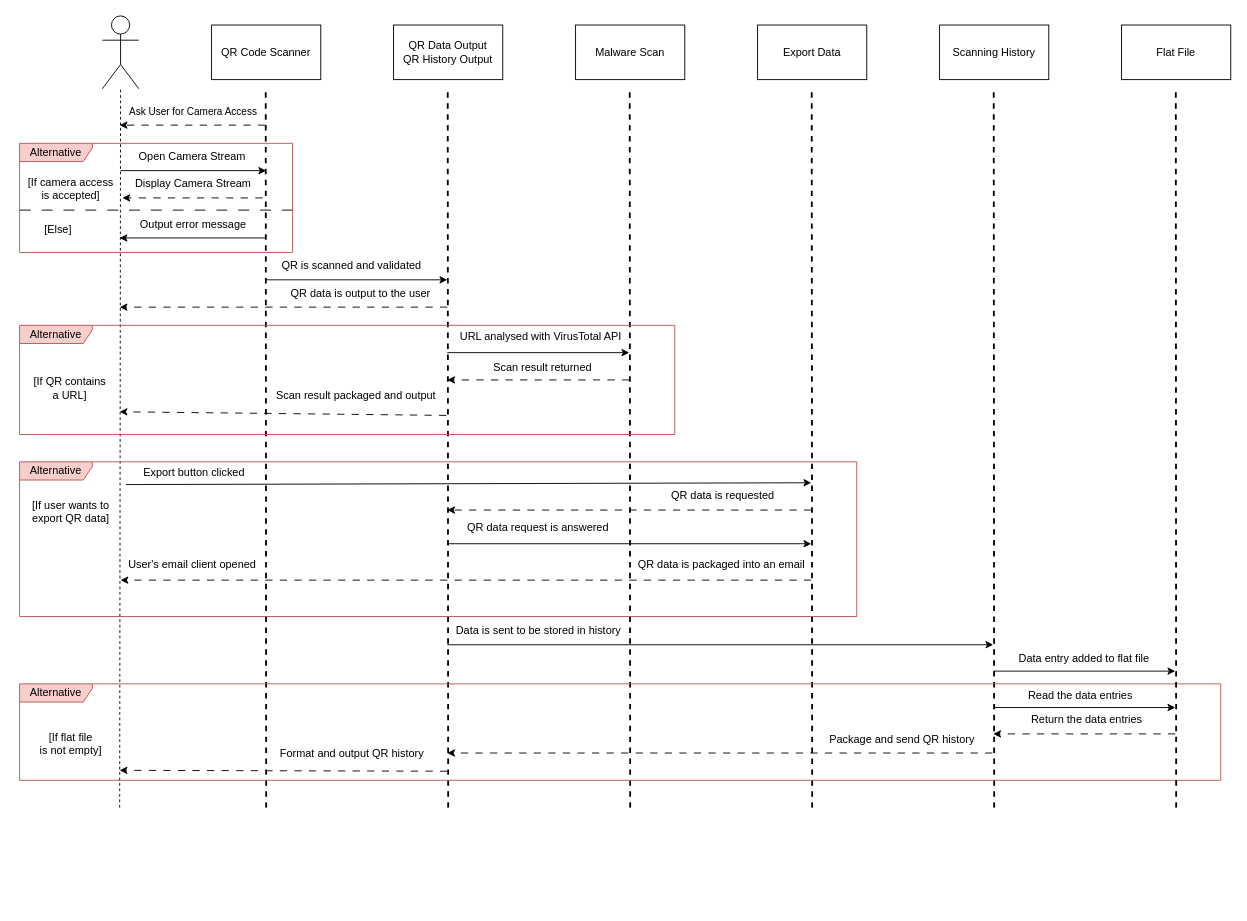
This is diagrams/uml-sequence.drawio from jensenhill/jensenhill.github.io, a draw.io file, before an edit. Source tidied: cells renumbered, new cells numbered last; positions are measured from the earlier drawing's top-left corner, leaving out a move shared by most shapes. Both pictures are drawn from the tidied source at 91%, with x=0, y=0 at pixel (15, 15).
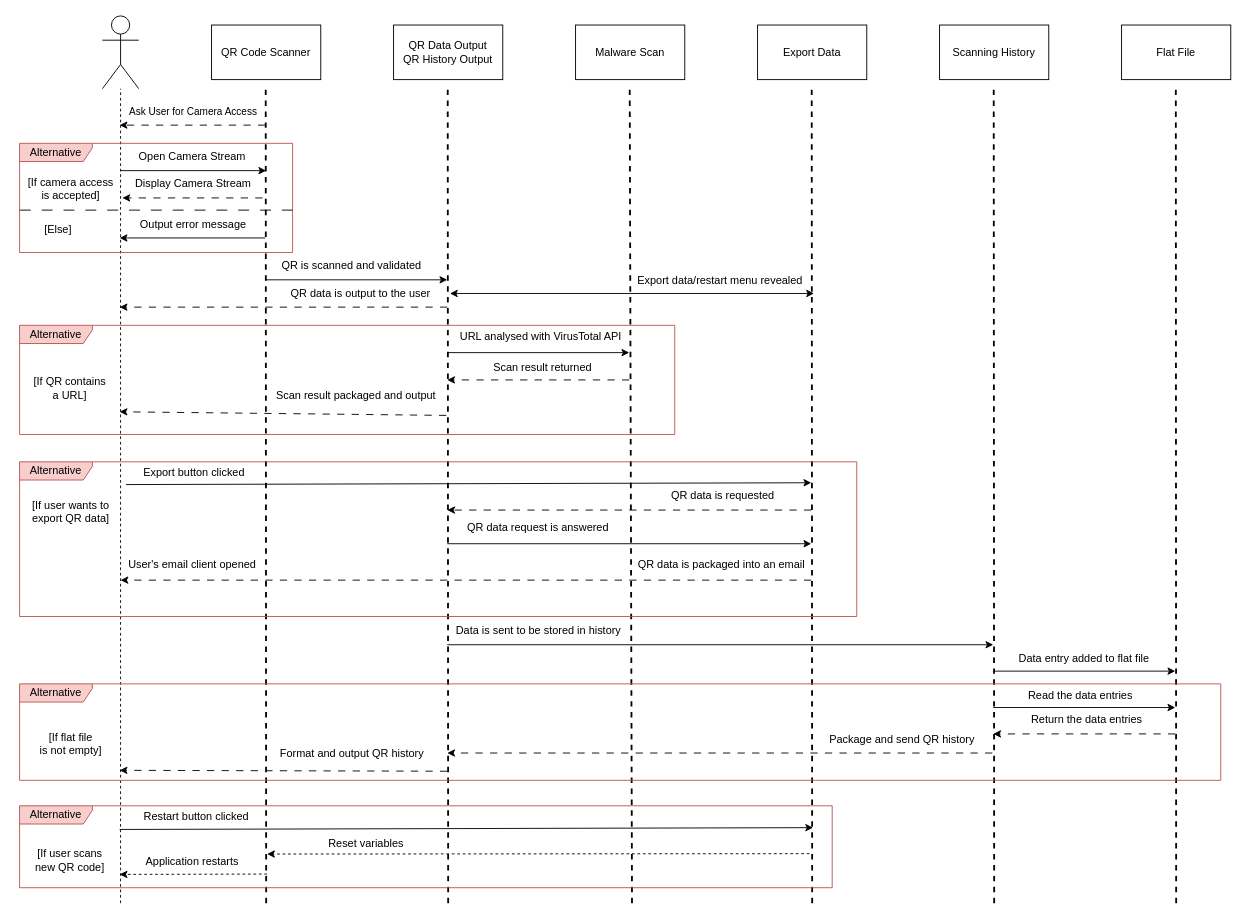
The same page after the edit.

Diff of the diagram source:
```diff
@@
-<mxGraphModel>
+<mxGraphModel background="#ffffff">
@@
+    <mxCell id="5" style="endArrow=none;dashed=1;html=1;rounded=0;strokeWidth=2;" parent="1" edge="1">
+      <mxGeometry relative="1" as="geometry">
+        <mxPoint x="275" y="975" as="sourcePoint" />
+        <mxPoint x="274.5" y="80" as="targetPoint" />
+      </mxGeometry>
+    </mxCell>
+    <mxCell id="10" style="endArrow=none;dashed=1;html=1;rounded=0;strokeWidth=2;" parent="1" edge="1">
+      <mxGeometry relative="1" as="geometry">
+        <mxPoint x="475" y="975" as="sourcePoint" />
+        <mxPoint x="474.5" y="80" as="targetPoint" />
+      </mxGeometry>
+    </mxCell>
+    <mxCell id="11" style="endArrow=none;dashed=1;html=1;rounded=0;strokeWidth=2;" parent="1" edge="1">
+      <mxGeometry relative="1" as="geometry">
+        <mxPoint x="677" y="975" as="sourcePoint" />
+        <mxPoint x="674.5" y="80" as="targetPoint" />
+      </mxGeometry>
+    </mxCell>
+    <mxCell id="12" style="endArrow=none;dashed=1;html=1;rounded=0;strokeWidth=2;" parent="1" edge="1">
+      <mxGeometry relative="1" as="geometry">
+        <mxPoint x="875" y="975" as="sourcePoint" />
+        <mxPoint x="874.5" y="80" as="targetPoint" />
+      </mxGeometry>
+    </mxCell>
+    <mxCell id="13" style="endArrow=none;dashed=1;html=1;rounded=0;strokeWidth=2;" parent="1" edge="1">
+      <mxGeometry relative="1" as="geometry">
+        <mxPoint x="1075" y="975" as="sourcePoint" />
+        <mxPoint x="1074.5" y="80" as="targetPoint" />
+      </mxGeometry>
+    </mxCell>
+    <mxCell id="56" style="endArrow=none;dashed=1;html=1;rounded=0;strokeWidth=2;" parent="1" edge="1">
+      <mxGeometry relative="1" as="geometry">
+        <mxPoint x="1275" y="975" as="sourcePoint" />
+        <mxPoint x="1274.6" y="80" as="targetPoint" />
+      </mxGeometry>
+    </mxCell>
@@
     <mxCell id="3" style="endArrow=none;dashed=1;html=1;rounded=0;" parent="1" edge="1">
       <mxGeometry relative="1" as="geometry">
-        <mxPoint x="114" y="870" as="sourcePoint" />
+        <mxPoint x="115" y="975" as="sourcePoint" />
         <mxPoint x="115" y="80" as="targetPoint" />
       </mxGeometry>
     </mxCell>
@@
-    <mxCell id="5" style="endArrow=none;dashed=1;html=1;rounded=0;strokeWidth=2;" parent="1" edge="1">
-      <mxGeometry relative="1" as="geometry">
-        <mxPoint x="275" y="870" as="sourcePoint" />
-        <mxPoint x="274.5" y="80" as="targetPoint" />
-      </mxGeometry>
-    </mxCell>
@@
-    <mxCell id="10" style="endArrow=none;dashed=1;html=1;rounded=0;strokeWidth=2;" parent="1" edge="1">
-      <mxGeometry relative="1" as="geometry">
-        <mxPoint x="475" y="870" as="sourcePoint" />
-        <mxPoint x="474.5" y="80" as="targetPoint" />
-      </mxGeometry>
-    </mxCell>
-    <mxCell id="11" style="endArrow=none;dashed=1;html=1;rounded=0;strokeWidth=2;" parent="1" edge="1">
-      <mxGeometry relative="1" as="geometry">
-        <mxPoint x="675" y="870" as="sourcePoint" />
-        <mxPoint x="674.5" y="80" as="targetPoint" />
-      </mxGeometry>
-    </mxCell>
-    <mxCell id="12" style="endArrow=none;dashed=1;html=1;rounded=0;strokeWidth=2;" parent="1" edge="1">
-      <mxGeometry relative="1" as="geometry">
-        <mxPoint x="875" y="870" as="sourcePoint" />
-        <mxPoint x="874.5" y="80" as="targetPoint" />
-      </mxGeometry>
-    </mxCell>
-    <mxCell id="13" style="endArrow=none;dashed=1;html=1;rounded=0;strokeWidth=2;" parent="1" edge="1">
-      <mxGeometry relative="1" as="geometry">
-        <mxPoint x="1075" y="870" as="sourcePoint" />
-        <mxPoint x="1074.5" y="80" as="targetPoint" />
-      </mxGeometry>
-    </mxCell>
@@
-    <mxCell id="56" style="endArrow=none;dashed=1;html=1;rounded=0;strokeWidth=2;" parent="1" edge="1">
-      <mxGeometry relative="1" as="geometry">
-        <mxPoint x="1275" y="870" as="sourcePoint" />
-        <mxPoint x="1274.6" y="80" as="targetPoint" />
-      </mxGeometry>
-    </mxCell>
@@
+    <mxCell id="66" value="Alternative" style="shape=umlFrame;whiteSpace=wrap;html=1;width=80;height=20;fillColor=#f8cecc;strokeColor=#b85450;" parent="1" vertex="1">
+      <mxGeometry x="4" y="868" width="893" height="90" as="geometry" />
+    </mxCell>
+    <mxCell id="67" value="[If user scans &lt;br&gt;new QR code]" style="text;html=1;align=center;verticalAlign=middle;strokeColor=none;fillColor=none;" parent="1" vertex="1">
+      <mxGeometry x="9" y="908" width="100" height="40" as="geometry" />
+    </mxCell>
+    <mxCell id="68" style="endArrow=classic;html=1;rounded=0;exitX=1.055;exitY=-0.075;exitDx=0;exitDy=0;exitPerimeter=0;" parent="1" edge="1">
+      <mxGeometry relative="1" as="geometry">
+        <mxPoint x="114" y="894" as="sourcePoint" />
+        <mxPoint x="876" y="892" as="targetPoint" />
+      </mxGeometry>
+    </mxCell>
+    <mxCell id="69" value="Restart button clicked" style="text;html=1;strokeColor=none;fillColor=none;align=center;verticalAlign=middle;whiteSpace=wrap;rounded=0;" parent="1" vertex="1">
+      <mxGeometry x="114" y="865" width="169" height="30" as="geometry" />
+    </mxCell>
+    <mxCell id="70" style="endArrow=classic;html=1;rounded=0;exitX=1.055;exitY=-0.075;exitDx=0;exitDy=0;exitPerimeter=0;dashed=1;" parent="1" edge="1">
+      <mxGeometry relative="1" as="geometry">
+        <mxPoint x="872" y="920.6" as="sourcePoint" />
+        <mxPoint x="276" y="921" as="targetPoint" />
+      </mxGeometry>
+    </mxCell>
+    <mxCell id="71" value="Application restarts" style="text;html=1;strokeColor=none;fillColor=none;align=center;verticalAlign=middle;whiteSpace=wrap;rounded=0;" parent="1" vertex="1">
+      <mxGeometry x="99.5" y="915" width="187.5" height="30" as="geometry" />
+    </mxCell>
+    <mxCell id="72" style="endArrow=classic;html=1;rounded=0;dashed=1;" parent="1" edge="1">
+      <mxGeometry relative="1" as="geometry">
+        <mxPoint x="276" y="943" as="sourcePoint" />
+        <mxPoint x="114" y="943.4" as="targetPoint" />
+      </mxGeometry>
+    </mxCell>
+    <mxCell id="73" value="Reset variables" style="text;html=1;strokeColor=none;fillColor=none;align=center;verticalAlign=middle;whiteSpace=wrap;rounded=0;" parent="1" vertex="1">
+      <mxGeometry x="290.5" y="895" width="187.5" height="30" as="geometry" />
+    </mxCell>
+    <mxCell id="74" style="endArrow=classic;html=1;rounded=0;startArrow=classic;startFill=1;" parent="1" edge="1">
+      <mxGeometry relative="1" as="geometry">
+        <mxPoint x="477" y="305" as="sourcePoint" />
+        <mxPoint x="877" y="305" as="targetPoint" />
+      </mxGeometry>
+    </mxCell>
+    <mxCell id="75" value="Export data/restart menu revealed" style="text;html=1;strokeColor=none;fillColor=none;align=center;verticalAlign=middle;whiteSpace=wrap;rounded=0;" parent="1" vertex="1">
+      <mxGeometry x="669" y="276" width="210" height="30" as="geometry" />
+    </mxCell>
```
